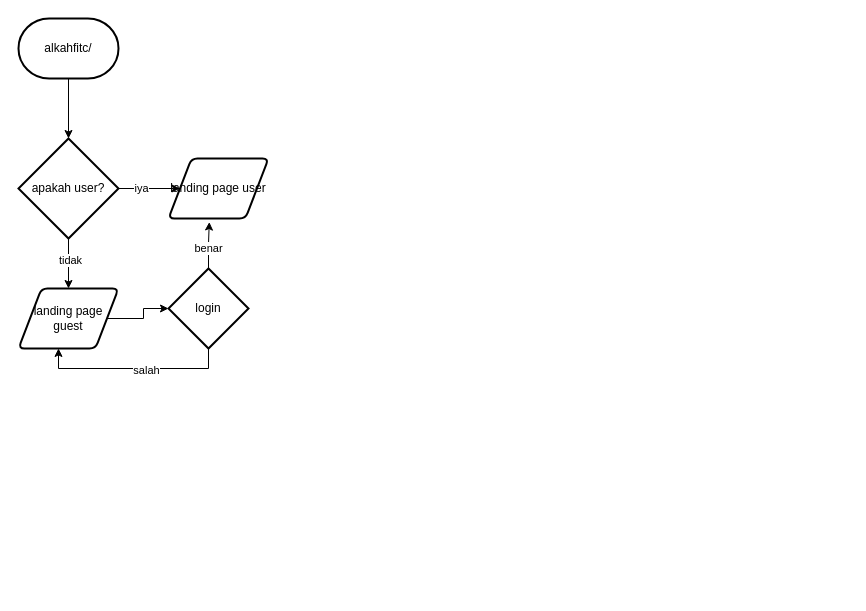
Yousran/diagrams keeps this draw.io diagram as flowchart simkursus.drawio. Above is the earlier version. Source tidied: cells renumbered, new cells numbered last; positions are measured from the earlier drawing's top-left corner, leaving out a move shared by most shapes. Both pictures are drawn from the tidied source at 100%, with x=0, y=0 at pixel (18, 18).
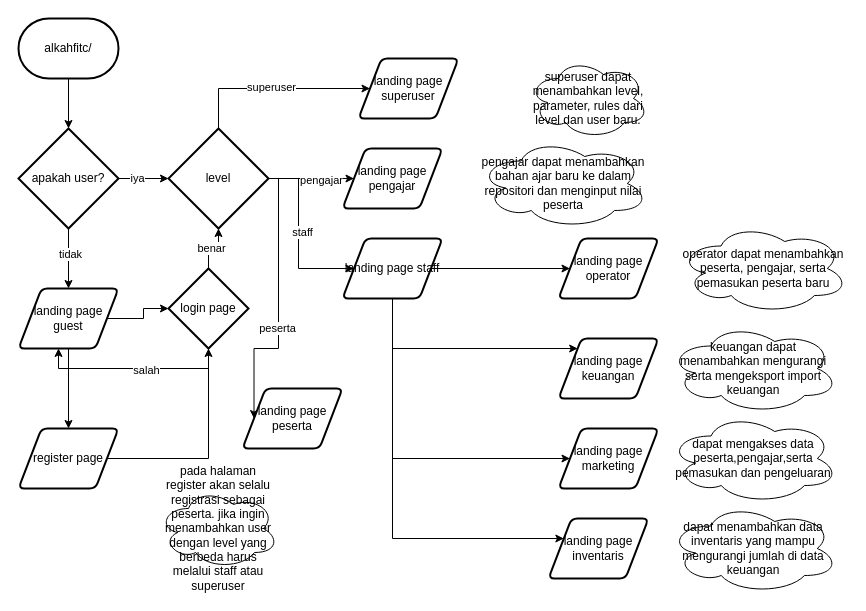
Above is the later version.

Commit message:
penambahan landing page berdasarkan level

Unchanged cells that the change refers to:
```xml
<mxCell id="11" value="landing page guest" style="shape=parallelogram;html=1;strokeWidth=2;perimeter=parallelogramPerimeter;whiteSpace=wrap;rounded=1;arcSize=12;size=0.23;" parent="1" vertex="1">
  <mxGeometry y="270" width="100" height="60" as="geometry" />
</mxCell>
```

Change to the diagram source:
```diff
@@
-    <mxCell id="4" style="edgeStyle=orthogonalEdgeStyle;rounded=0;jettySize=auto;html=1;exitX=1;exitY=0.5;exitDx=0;exitDy=0;exitPerimeter=0;entryX=0;entryY=0.5;entryDx=0;entryDy=0;" parent="1" edge="1" source="8" target="9">
+    <mxCell id="4" style="edgeStyle=orthogonalEdgeStyle;rounded=0;jettySize=auto;html=1;exitX=1;exitY=0.5;exitDx=0;exitDy=0;exitPerimeter=0;entryX=0;entryY=0.5;entryDx=0;entryDy=0;entryPerimeter=0;" parent="1" edge="1" source="8" target="26">
       <mxGeometry relative="1" as="geometry" />
     </mxCell>
@@
     <mxCell id="8" value="apakah user?" style="strokeWidth=2;html=1;shape=mxgraph.flowchart.decision;whiteSpace=wrap;" parent="1" vertex="1">
-      <mxGeometry y="120" width="100" height="100" as="geometry" />
+      <mxGeometry y="110" width="100" height="100" as="geometry" />
     </mxCell>
-    <mxCell id="9" value="landing page user" style="shape=parallelogram;html=1;strokeWidth=2;perimeter=parallelogramPerimeter;whiteSpace=wrap;rounded=1;arcSize=12;size=0.23;" parent="1" vertex="1">
-      <mxGeometry x="150" y="140" width="100" height="60" as="geometry" />
-    </mxCell>
@@
+    <mxCell id="17" style="edgeStyle=orthogonalEdgeStyle;rounded=0;jettySize=auto;html=1;" parent="1" edge="1" source="11" target="36">
+      <mxGeometry relative="1" as="geometry" />
+    </mxCell>
@@
-    <mxCell id="12" style="edgeStyle=orthogonalEdgeStyle;rounded=0;jettySize=auto;html=1;exitX=0.5;exitY=0;exitDx=0;exitDy=0;exitPerimeter=0;entryX=0.408;entryY=1.059;entryDx=0;entryDy=0;entryPerimeter=0;" parent="1" edge="1" source="16" target="9">
+    <mxCell id="12" style="edgeStyle=orthogonalEdgeStyle;rounded=0;jettySize=auto;html=1;exitX=0.5;exitY=0;exitDx=0;exitDy=0;exitPerimeter=0;entryX=0.5;entryY=1;entryDx=0;entryDy=0;entryPerimeter=0;" parent="1" edge="1" source="16" target="26">
       <mxGeometry relative="1" as="geometry" />
     </mxCell>
@@
-    <mxCell id="16" value="login" style="strokeWidth=2;html=1;shape=mxgraph.flowchart.decision;whiteSpace=wrap;" parent="1" vertex="1">
+    <mxCell id="16" value="login page" style="strokeWidth=2;html=1;shape=mxgraph.flowchart.decision;whiteSpace=wrap;" parent="1" vertex="1">
       <mxGeometry x="150" y="250" width="80" height="80" as="geometry" />
     </mxCell>
+    <mxCell id="18" style="edgeStyle=orthogonalEdgeStyle;rounded=0;jettySize=auto;html=1;exitX=0.5;exitY=0;exitDx=0;exitDy=0;exitPerimeter=0;entryX=0;entryY=0.5;entryDx=0;entryDy=0;" parent="1" edge="1" source="26" target="27">
+      <mxGeometry relative="1" as="geometry">
+        <Array as="points">
+          <mxPoint x="200" y="70" />
+        </Array>
+      </mxGeometry>
+    </mxCell>
+    <mxCell id="19" value="superuser" style="edgeLabel;html=1;align=center;verticalAlign=middle;" parent="18" vertex="1">
+      <mxGeometry x="-0.04" y="2" relative="1" as="geometry" />
+    </mxCell>
+    <mxCell id="20" style="edgeStyle=orthogonalEdgeStyle;rounded=0;jettySize=auto;html=1;exitX=1;exitY=0.5;exitDx=0;exitDy=0;exitPerimeter=0;entryX=0;entryY=0.5;entryDx=0;entryDy=0;" parent="1" edge="1" source="26" target="28">
+      <mxGeometry relative="1" as="geometry" />
+    </mxCell>
+    <mxCell id="21" value="pengajar" style="edgeLabel;html=1;align=center;verticalAlign=middle;" parent="20" vertex="1">
+      <mxGeometry x="0.22" y="-1" relative="1" as="geometry" />
+    </mxCell>
+    <mxCell id="22" style="edgeStyle=orthogonalEdgeStyle;rounded=0;jettySize=auto;html=1;exitX=1;exitY=0.5;exitDx=0;exitDy=0;exitPerimeter=0;entryX=0;entryY=0.5;entryDx=0;entryDy=0;" parent="1" edge="1" source="26" target="33">
+      <mxGeometry relative="1" as="geometry">
+        <Array as="points">
+          <mxPoint x="280" y="160" />
+          <mxPoint x="280" y="250" />
+        </Array>
+      </mxGeometry>
+    </mxCell>
+    <mxCell id="23" value="staff" style="edgeLabel;html=1;align=center;verticalAlign=middle;" parent="22" vertex="1">
+      <mxGeometry x="-0.05" y="3" relative="1" as="geometry" />
+    </mxCell>
+    <mxCell id="24" style="edgeStyle=orthogonalEdgeStyle;rounded=0;jettySize=auto;html=1;exitX=1;exitY=0.5;exitDx=0;exitDy=0;exitPerimeter=0;entryX=0;entryY=0.5;entryDx=0;entryDy=0;" parent="1" edge="1" source="26" target="34">
+      <mxGeometry relative="1" as="geometry">
+        <Array as="points">
+          <mxPoint x="260" y="160" />
+          <mxPoint x="260" y="330" />
+        </Array>
+      </mxGeometry>
+    </mxCell>
+    <mxCell id="25" value="peserta" style="edgeLabel;html=1;align=center;verticalAlign=middle;" parent="24" vertex="1">
+      <mxGeometry x="0.16" y="-2" relative="1" as="geometry" />
+    </mxCell>
+    <mxCell id="26" value="level" style="strokeWidth=2;html=1;shape=mxgraph.flowchart.decision;whiteSpace=wrap;" parent="1" vertex="1">
+      <mxGeometry x="150" y="110" width="100" height="100" as="geometry" />
+    </mxCell>
+    <mxCell id="27" value="landing page superuser" style="shape=parallelogram;html=1;strokeWidth=2;perimeter=parallelogramPerimeter;whiteSpace=wrap;rounded=1;arcSize=12;size=0.23;" parent="1" vertex="1">
+      <mxGeometry x="340" y="40" width="100" height="60" as="geometry" />
+    </mxCell>
+    <mxCell id="28" value="landing page pengajar" style="shape=parallelogram;html=1;strokeWidth=2;perimeter=parallelogramPerimeter;whiteSpace=wrap;rounded=1;arcSize=12;size=0.23;" parent="1" vertex="1">
+      <mxGeometry x="324" y="130" width="100" height="60" as="geometry" />
+    </mxCell>
+    <mxCell id="29" style="edgeStyle=orthogonalEdgeStyle;rounded=0;jettySize=auto;html=1;" parent="1" edge="1" source="33" target="40">
+      <mxGeometry relative="1" as="geometry" />
+    </mxCell>
+    <mxCell id="30" style="edgeStyle=orthogonalEdgeStyle;rounded=0;jettySize=auto;html=1;" parent="1" edge="1" source="33" target="41">
+      <mxGeometry relative="1" as="geometry">
+        <Array as="points">
+          <mxPoint x="374" y="330" />
+        </Array>
+      </mxGeometry>
+    </mxCell>
+    <mxCell id="31" style="edgeStyle=orthogonalEdgeStyle;rounded=0;jettySize=auto;html=1;" parent="1" edge="1" source="33" target="42">
+      <mxGeometry relative="1" as="geometry">
+        <Array as="points">
+          <mxPoint x="374" y="440" />
+        </Array>
+      </mxGeometry>
+    </mxCell>
+    <mxCell id="32" style="edgeStyle=orthogonalEdgeStyle;rounded=0;jettySize=auto;html=1;" parent="1" edge="1" source="33" target="43">
+      <mxGeometry relative="1" as="geometry">
+        <Array as="points">
+          <mxPoint x="374" y="520" />
+        </Array>
+      </mxGeometry>
+    </mxCell>
+    <mxCell id="33" value="landing page staff" style="shape=parallelogram;html=1;strokeWidth=2;perimeter=parallelogramPerimeter;whiteSpace=wrap;rounded=1;arcSize=12;size=0.23;" parent="1" vertex="1">
+      <mxGeometry x="324" y="220" width="100" height="60" as="geometry" />
+    </mxCell>
+    <mxCell id="34" value="landing page peserta" style="shape=parallelogram;html=1;strokeWidth=2;perimeter=parallelogramPerimeter;whiteSpace=wrap;rounded=1;arcSize=12;size=0.23;" parent="1" vertex="1">
+      <mxGeometry x="224" y="370" width="100" height="60" as="geometry" />
+    </mxCell>
+    <mxCell id="35" style="edgeStyle=orthogonalEdgeStyle;rounded=0;jettySize=auto;html=1;exitX=1;exitY=0.5;exitDx=0;exitDy=0;entryX=0.5;entryY=1;entryDx=0;entryDy=0;entryPerimeter=0;" parent="1" edge="1" source="36" target="16">
+      <mxGeometry relative="1" as="geometry" />
+    </mxCell>
+    <mxCell id="36" value="register page" style="shape=parallelogram;html=1;strokeWidth=2;perimeter=parallelogramPerimeter;whiteSpace=wrap;rounded=1;arcSize=12;size=0.23;" parent="1" vertex="1">
+      <mxGeometry y="410" width="100" height="60" as="geometry" />
+    </mxCell>
+    <mxCell id="37" value="&lt;span style=&quot;&quot;&gt;superuser dapat menambahkan level, parameter, rules dari level dan user baru.&lt;/span&gt;" style="ellipse;shape=cloud;whiteSpace=wrap;html=1;" parent="1" vertex="1">
+      <mxGeometry x="510" y="40" width="120" height="80" as="geometry" />
+    </mxCell>
+    <mxCell id="38" value="&lt;span style=&quot;&quot;&gt;pengajar dapat menambahkan bahan ajar baru ke dalam repositori dan menginput nilai peserta&lt;/span&gt;" style="ellipse;shape=cloud;whiteSpace=wrap;html=1;" parent="1" vertex="1">
+      <mxGeometry x="460" y="120" width="170" height="90" as="geometry" />
+    </mxCell>
+    <mxCell id="39" value="&lt;span style=&quot;&quot;&gt;pada halaman register akan selalu registrasi sebagai peserta. jika ingin menambahkan user dengan level yang berbeda harus melalui staff atau superuser&lt;/span&gt;" style="ellipse;shape=cloud;whiteSpace=wrap;html=1;" parent="1" vertex="1">
+      <mxGeometry x="140" y="470" width="120" height="80" as="geometry" />
+    </mxCell>
+    <mxCell id="40" value="landing page operator" style="shape=parallelogram;html=1;strokeWidth=2;perimeter=parallelogramPerimeter;whiteSpace=wrap;rounded=1;arcSize=12;size=0.23;" parent="1" vertex="1">
+      <mxGeometry x="540" y="220" width="100" height="60" as="geometry" />
+    </mxCell>
+    <mxCell id="41" value="landing page keuangan" style="shape=parallelogram;html=1;strokeWidth=2;perimeter=parallelogramPerimeter;whiteSpace=wrap;rounded=1;arcSize=12;size=0.23;" parent="1" vertex="1">
+      <mxGeometry x="540" y="320" width="100" height="60" as="geometry" />
+    </mxCell>
+    <mxCell id="42" value="landing page marketing" style="shape=parallelogram;html=1;strokeWidth=2;perimeter=parallelogramPerimeter;whiteSpace=wrap;rounded=1;arcSize=12;size=0.23;" parent="1" vertex="1">
+      <mxGeometry x="540" y="410" width="100" height="60" as="geometry" />
+    </mxCell>
+    <mxCell id="43" value="landing page inventaris" style="shape=parallelogram;html=1;strokeWidth=2;perimeter=parallelogramPerimeter;whiteSpace=wrap;rounded=1;arcSize=12;size=0.23;" parent="1" vertex="1">
+      <mxGeometry x="530" y="500" width="100" height="60" as="geometry" />
+    </mxCell>
+    <mxCell id="44" value="&lt;span style=&quot;&quot;&gt;operator dapat menambahkan peserta, pengajar, serta pemasukan peserta baru&lt;/span&gt;" style="ellipse;shape=cloud;whiteSpace=wrap;html=1;" parent="1" vertex="1">
+      <mxGeometry x="660" y="205" width="170" height="90" as="geometry" />
+    </mxCell>
+    <mxCell id="45" value="&lt;span style=&quot;&quot;&gt;keuangan dapat menambahkan mengurangi serta mengeksport import keuangan&lt;/span&gt;" style="ellipse;shape=cloud;whiteSpace=wrap;html=1;" parent="1" vertex="1">
+      <mxGeometry x="650" y="305" width="170" height="90" as="geometry" />
+    </mxCell>
+    <mxCell id="46" value="&lt;span style=&quot;&quot;&gt;dapat mengakses data peserta,pengajar,serta pemasukan dan pengeluaran&lt;/span&gt;" style="ellipse;shape=cloud;whiteSpace=wrap;html=1;" parent="1" vertex="1">
+      <mxGeometry x="650" y="395" width="170" height="90" as="geometry" />
+    </mxCell>
+    <mxCell id="47" value="&lt;span style=&quot;&quot;&gt;dapat menambahkan data inventaris yang mampu mengurangi jumlah di data keuangan&lt;/span&gt;" style="ellipse;shape=cloud;whiteSpace=wrap;html=1;" parent="1" vertex="1">
+      <mxGeometry x="650" y="485" width="170" height="90" as="geometry" />
+    </mxCell>
```
